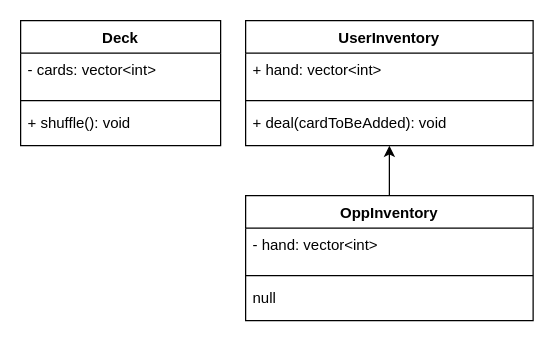
MTHS-ICS4U-2022/ICS4U-2022-Final-Project-Aidan keeps this draw.io diagram as Other/Drawio/classDiagram.drawio. Above is the earlier version. Source tidied: cells renumbered, new cells numbered last; positions are measured from the earlier drawing's top-left corner, leaving out a move shared by most shapes. Both pictures are drawn from the tidied source at 125%, with x=0, y=0 at pixel (20, 20).
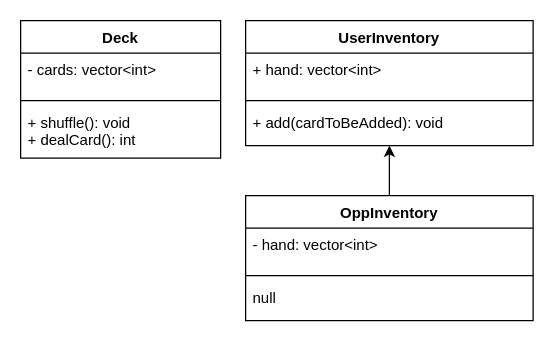
The same diagram, later.

Commit message (it also covers changes not shown here):
changed class diagram again

Diff of the diagram source:
```diff
@@
 <mxGraphModel>
   <root>
     <mxCell id="0" />
     <mxCell id="1" parent="0" />
     <mxCell id="2" value="Deck" style="swimlane;fontStyle=1;align=center;verticalAlign=top;horizontal=1;startSize=26;" parent="1" vertex="1">
-      <mxGeometry width="160" height="100" as="geometry" />
+      <mxGeometry width="160" height="110" as="geometry" />
     </mxCell>
     <mxCell id="3" value="- cards: vector&lt;int&gt;&#10;" style="text;strokeColor=none;fillColor=none;align=left;verticalAlign=top;spacingLeft=4;spacingRight=4;overflow=hidden;" parent="2" vertex="1">
       <mxGeometry y="26" width="160" height="34" as="geometry" />
     </mxCell>
     <mxCell id="4" style="line;strokeWidth=1;fillColor=none;align=left;verticalAlign=middle;spacingTop=-1;spacingLeft=3;spacingRight=3;labelPosition=right;" parent="2" vertex="1">
       <mxGeometry y="60" width="160" height="8" as="geometry" />
     </mxCell>
-    <mxCell id="5" value="+ shuffle(): void" style="text;strokeColor=none;fillColor=none;align=left;verticalAlign=top;spacingLeft=4;spacingRight=4;overflow=hidden;" parent="2" vertex="1">
-      <mxGeometry y="68" width="160" height="32" as="geometry" />
+    <mxCell id="5" value="+ shuffle(): void&#10;+ dealCard(): int" style="text;strokeColor=none;fillColor=none;align=left;verticalAlign=top;spacingLeft=4;spacingRight=4;overflow=hidden;" parent="2" vertex="1">
+      <mxGeometry y="68" width="160" height="42" as="geometry" />
     </mxCell>
     <mxCell id="6" value="UserInventory" style="swimlane;fontStyle=1;align=center;verticalAlign=top;horizontal=1;startSize=26;" parent="1" vertex="1">
       <mxGeometry x="180" width="230" height="100" as="geometry" />
     </mxCell>
     <mxCell id="7" value="+ hand: vector&lt;int&gt;" style="text;strokeColor=none;fillColor=none;align=left;verticalAlign=top;spacingLeft=4;spacingRight=4;overflow=hidden;" parent="6" vertex="1">
       <mxGeometry y="26" width="230" height="34" as="geometry" />
     </mxCell>
     <mxCell id="8" style="line;strokeWidth=1;fillColor=none;align=left;verticalAlign=middle;spacingTop=-1;spacingLeft=3;spacingRight=3;labelPosition=right;" parent="6" vertex="1">
       <mxGeometry y="60" width="230" height="8" as="geometry" />
     </mxCell>
-    <mxCell id="9" value="+ deal(cardToBeAdded): void" style="text;strokeColor=none;fillColor=none;align=left;verticalAlign=top;spacingLeft=4;spacingRight=4;overflow=hidden;points=[[0,0.5],[1,0.5]];portConstraint=eastwest;" parent="6" vertex="1">
+    <mxCell id="9" value="+ add(cardToBeAdded): void" style="text;strokeColor=none;fillColor=none;align=left;verticalAlign=top;spacingLeft=4;spacingRight=4;overflow=hidden;points=[[0,0.5],[1,0.5]];portConstraint=eastwest;" parent="6" vertex="1">
       <mxGeometry y="68" width="230" height="32" as="geometry" />
     </mxCell>
     <mxCell id="10" value="OppInventory" style="swimlane;fontStyle=1;align=center;verticalAlign=top;horizontal=1;startSize=26;" parent="1" vertex="1">
       <mxGeometry x="180" y="140" width="230" height="100" as="geometry" />
     </mxCell>
     <mxCell id="11" value="- hand: vector&lt;int&gt;" style="text;strokeColor=none;fillColor=none;align=left;verticalAlign=top;spacingLeft=4;spacingRight=4;overflow=hidden;" parent="10" vertex="1">
       <mxGeometry y="26" width="230" height="34" as="geometry" />
     </mxCell>
     <mxCell id="12" style="line;strokeWidth=1;fillColor=none;align=left;verticalAlign=middle;spacingTop=-1;spacingLeft=3;spacingRight=3;labelPosition=right;" parent="10" vertex="1">
       <mxGeometry y="60" width="230" height="8" as="geometry" />
     </mxCell>
     <mxCell id="13" value="null" style="text;strokeColor=none;fillColor=none;align=left;verticalAlign=top;spacingLeft=4;spacingRight=4;overflow=hidden;" parent="10" vertex="1">
       <mxGeometry y="68" width="230" height="32" as="geometry" />
     </mxCell>
     <mxCell id="14" style="endArrow=classic;html=1;exitX=0.5;exitY=0;exitDx=0;exitDy=0;entryX=0.5;entryY=1;entryDx=0;entryDy=0;entryPerimeter=0;" parent="1" edge="1" source="10" target="9">
       <mxGeometry relative="1" as="geometry" />
     </mxCell>
   </root>
 </mxGraphModel>
```
